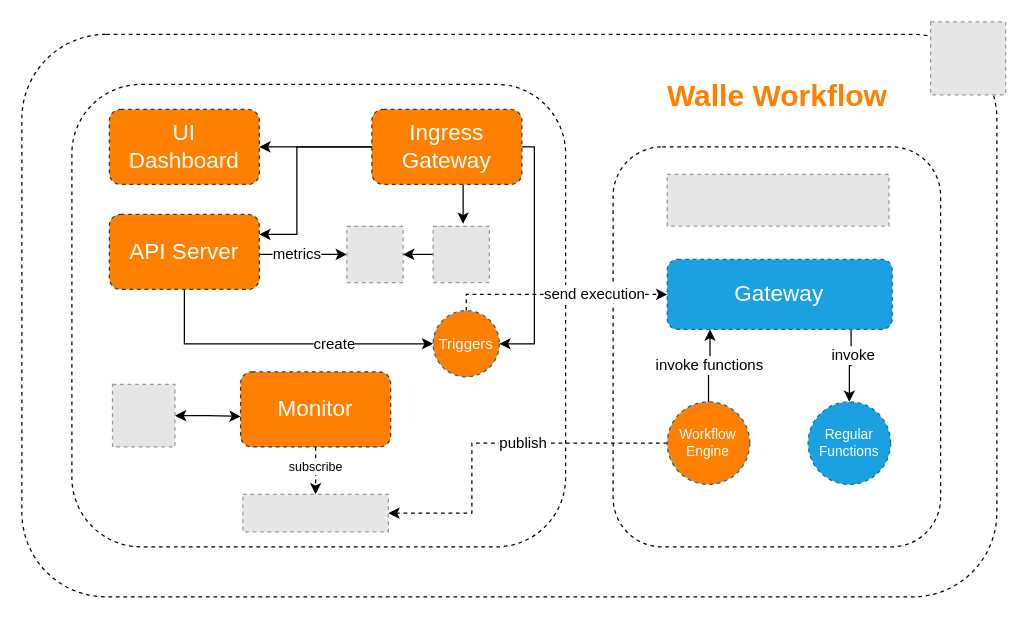
This is Architecture.drawio from yubinnng/walle, a draw.io file, before an edit. Source tidied: cells renumbered, new cells numbered last; positions are measured from the earlier drawing's top-left corner, leaving out a move shared by most shapes. Both pictures are drawn from the tidied source at 125%, with x=0, y=0 at pixel (21, 21). Pictures stored in the file or linked from it are replaced by grey dashed boxes.
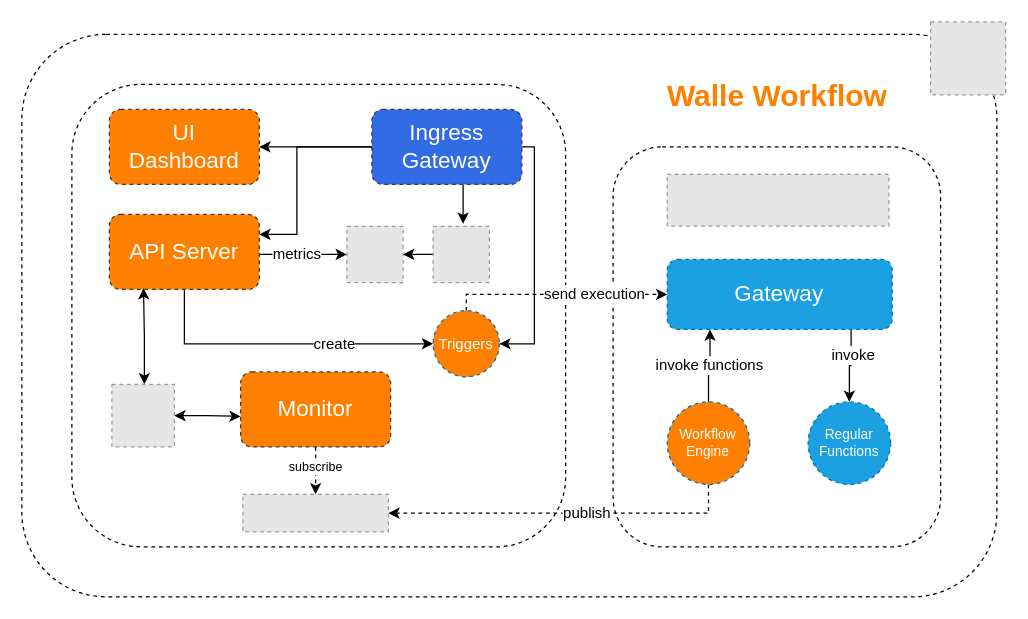
The same page after the edit.

The change refers to these unchanged cells:
```xml
<mxCell id="13" value="Workflow&lt;br&gt;Engine" style="ellipse;whiteSpace=wrap;html=1;rounded=1;dashed=1;fontSize=11;fillColor=#FF8000;fontColor=#ffffff;strokeColor=#006EAF;" parent="1" vertex="1">
  <mxGeometry x="516.3" y="304" width="66" height="66" as="geometry" />
</mxCell>
<mxCell id="23" style="fillColor=#E6E6E6;strokeColor=#999999;dashed=1;verticalLabelPosition=bottom;labelBackgroundColor=#ffffff;verticalAlign=top;" parent="1" vertex="1">
  <mxGeometry x="176.8" y="378" width="116.4" height="30" as="geometry" />
</mxCell>
```

Diff of the diagram source:
```diff
@@
     <mxCell id="11" style="edgeStyle=orthogonalEdgeStyle;rounded=0;jettySize=auto;html=1;entryX=1;entryY=0.5;entryDx=0;entryDy=0;dashed=1;" parent="1" edge="1" source="13" target="23">
       <mxGeometry relative="1" as="geometry">
         <Array as="points">
-          <mxPoint x="360" y="337" />
-          <mxPoint x="360" y="393" />
+          <mxPoint x="549" y="393" />
         </Array>
       </mxGeometry>
     </mxCell>
     <mxCell id="12" value="&lt;span style=&quot;font-size: 12px;&quot;&gt;publish&lt;/span&gt;" style="edgeLabel;html=1;align=center;verticalAlign=middle;" parent="11" vertex="1">
       <mxGeometry x="-0.17" y="1" relative="1" as="geometry">
-        <mxPoint y="-2" as="offset" />
+        <mxPoint x="-5" y="-2" as="offset" />
       </mxGeometry>
     </mxCell>
@@
+    <mxCell id="40" style="edgeStyle=orthogonalEdgeStyle;rounded=0;orthogonalLoop=1;jettySize=auto;html=1;entryX=0.219;entryY=0.983;entryDx=0;entryDy=0;entryPerimeter=0;startArrow=classic;startFill=1;" parent="1" edge="1">
+      <mxGeometry relative="1" as="geometry">
+        <mxPoint x="98" y="290" as="sourcePoint" />
+        <mxPoint x="97.3" y="213" as="targetPoint" />
+        <Array as="points">
+          <mxPoint x="98" y="252" />
+          <mxPoint x="97" y="252" />
+        </Array>
+      </mxGeometry>
+    </mxCell>
     <mxCell id="25" style="fillColor=#E6E6E6;strokeColor=#999999;dashed=1;verticalLabelPosition=bottom;verticalAlign=top;fontSize=12;fontColor=#000000;" parent="1" vertex="1">
-      <mxGeometry x="72.5" y="290" width="50" height="50" as="geometry" />
+      <mxGeometry x="72" y="290" width="50" height="50" as="geometry" />
     </mxCell>
@@
-    <mxCell id="35" value="Ingress Gateway" style="whiteSpace=wrap;html=1;rounded=1;dashed=1;fontSize=18;fillColor=#FF8000;strokeColor=#36393d;fontColor=#FFFFFF;" parent="1" vertex="1">
+    <mxCell id="35" value="Ingress Gateway" style="whiteSpace=wrap;html=1;rounded=1;dashed=1;fontSize=18;fillColor=#326ce5;strokeColor=#36393d;fontColor=#FFFFFF;" parent="1" vertex="1">
       <mxGeometry x="280" y="70" width="120" height="60" as="geometry" />
     </mxCell>
```
